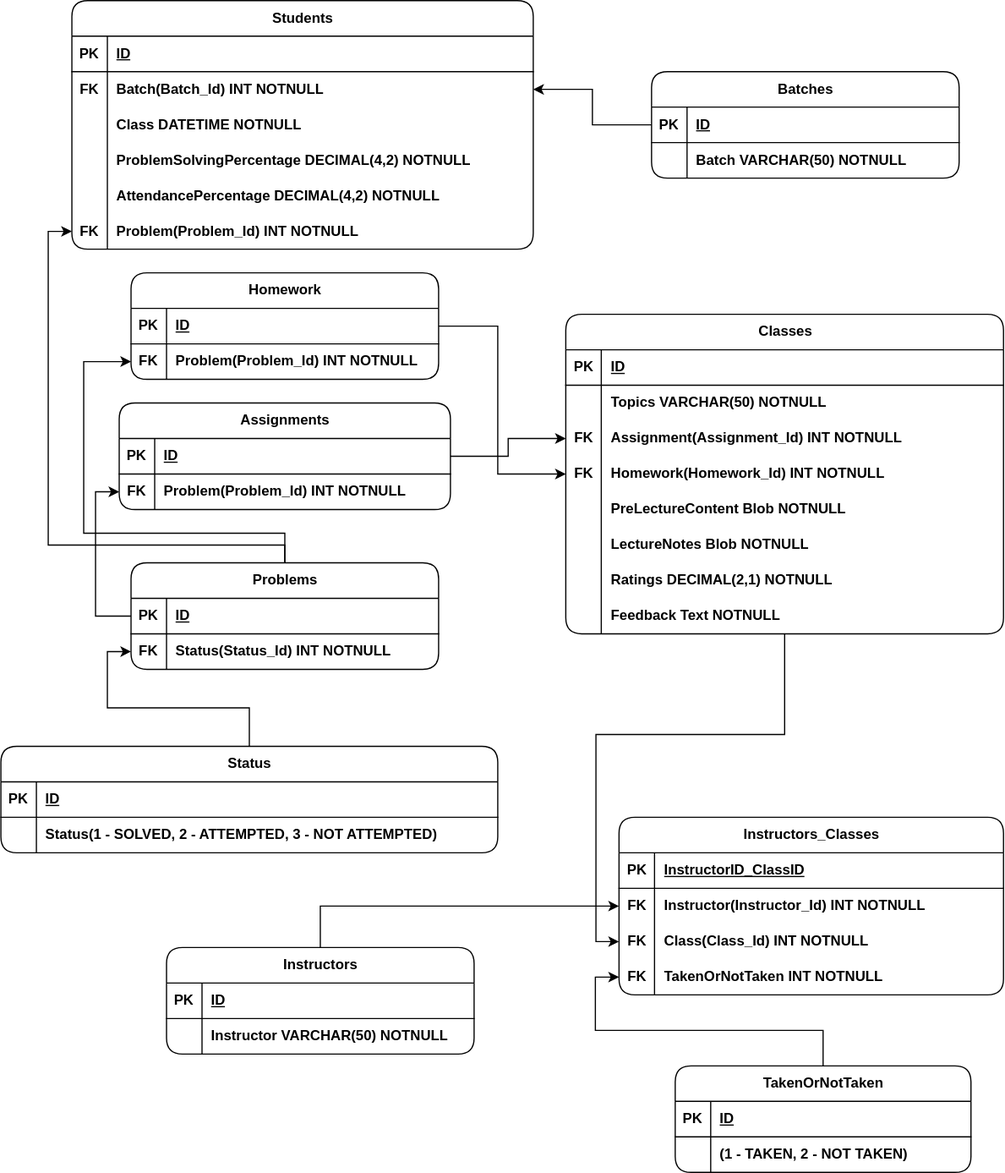
Above: Online Classes.svg in Deadlegend1321/Schemas (draw.io), before the change. Source tidied: cells renumbered, new cells last; positions are measured from the earlier drawing's top-left corner, leaving out a move shared by most shapes.
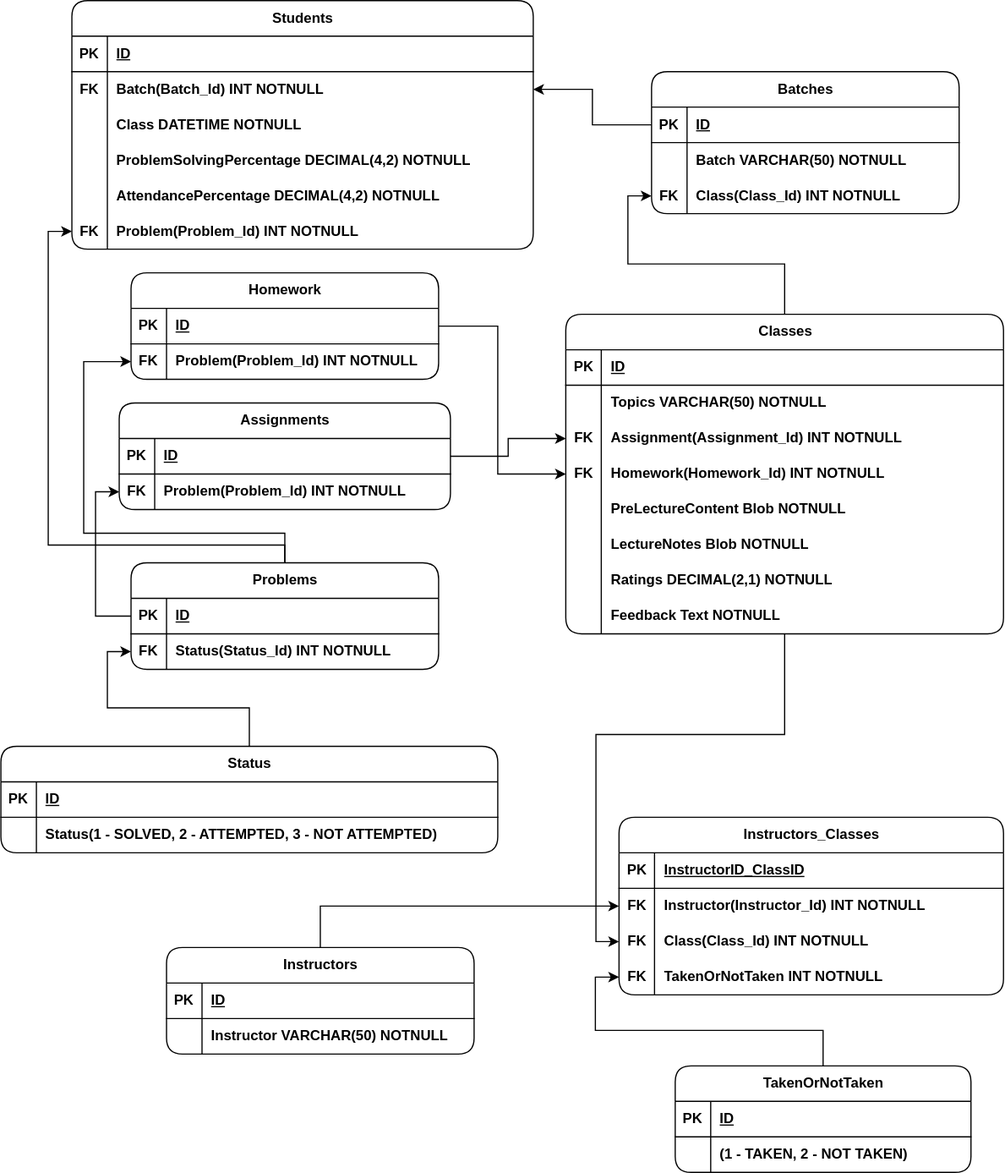
After the change.

What changed in the source:
```diff
@@ -68,6 +68,9 @@
         </Array>
       </mxGeometry>
     </mxCell>
+    <mxCell id="118" style="edgeStyle=orthogonalEdgeStyle;rounded=0;jettySize=auto;html=1;entryX=0;entryY=0.5;entryDx=0;entryDy=0;" parent="1" edge="1" source="22" target="119">
+      <mxGeometry relative="1" as="geometry" />
+    </mxCell>
     <mxCell id="22" value="Classes" style="shape=table;startSize=30;rowLines=0;fontStyle=1;align=center;html=1;rounded=1;" parent="1" vertex="1">
       <mxGeometry x="477.5" y="265" width="370" height="270" as="geometry" />
     </mxCell>
@@ -260,7 +263,7 @@
       <mxGeometry x="30" width="295" height="30" as="geometry" />
     </mxCell>
     <mxCell id="84" value="Batches" style="shape=table;startSize=30;rowLines=0;fontStyle=1;align=center;html=1;rounded=1;" parent="1" vertex="1">
-      <mxGeometry x="550" y="60" width="260" height="90" as="geometry" />
+      <mxGeometry x="550" y="60" width="260" height="120" as="geometry" />
     </mxCell>
     <mxCell id="85" style="shape=tableRow;horizontal=0;startSize=0;swimlaneHead=0;swimlaneBody=0;fillColor=none;points=[[0,0.5],[1,0.5]];portConstraint=eastwest;top=0;left=0;right=0;bottom=1;" parent="84" vertex="1">
       <mxGeometry y="30" width="260" height="30" as="geometry" />
@@ -280,6 +283,15 @@
     <mxCell id="90" value="&lt;b&gt;Batch&lt;/b&gt;&lt;b style=&quot;border-color: var(--border-color);&quot;&gt;&amp;nbsp;VARCHAR(50) NOTNULL&lt;/b&gt;" style="shape=partialRectangle;fillColor=none;top=0;left=0;bottom=0;right=0;align=left;spacingLeft=6;overflow=hidden;whiteSpace=wrap;html=1;" parent="88" vertex="1">
       <mxGeometry x="30" width="230" height="30" as="geometry" />
     </mxCell>
+    <mxCell id="119" style="shape=tableRow;horizontal=0;startSize=0;swimlaneHead=0;swimlaneBody=0;fillColor=none;points=[[0,0.5],[1,0.5]];portConstraint=eastwest;top=0;left=0;right=0;bottom=0;" parent="84" vertex="1">
+      <mxGeometry y="90" width="260" height="30" as="geometry" />
+    </mxCell>
+    <mxCell id="120" value="&lt;b style=&quot;border-color: var(--border-color);&quot;&gt;FK&lt;/b&gt;" style="shape=partialRectangle;fillColor=none;top=0;left=0;bottom=0;right=0;overflow=hidden;whiteSpace=wrap;html=1;" parent="119" vertex="1">
+      <mxGeometry width="30" height="30" as="geometry" />
+    </mxCell>
+    <mxCell id="121" value="&lt;b style=&quot;border-color: var(--border-color);&quot;&gt;Class(Class&lt;b style=&quot;border-color: var(--border-color);&quot;&gt;_&lt;/b&gt;Id) INT NOTNULL&lt;/b&gt;" style="shape=partialRectangle;fillColor=none;top=0;left=0;bottom=0;right=0;align=left;spacingLeft=6;overflow=hidden;whiteSpace=wrap;html=1;" parent="119" vertex="1">
+      <mxGeometry x="30" width="230" height="30" as="geometry" />
+    </mxCell>
     <mxCell id="91" style="edgeStyle=orthogonalEdgeStyle;rounded=0;jettySize=auto;html=1;entryX=0;entryY=0.5;entryDx=0;entryDy=0;" parent="1" edge="1" source="93" target="18">
       <mxGeometry relative="1" as="geometry">
         <Array as="points">
```
